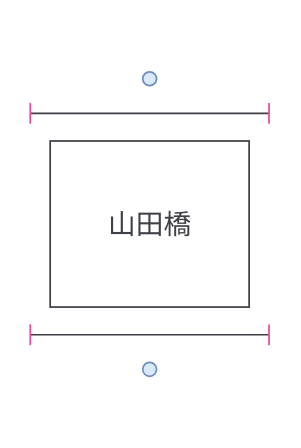
Before: SourceAssets/Track/Network/NakatetsuTrafficControl/CircuitDiagram/drawio/NT06.drawio in neko3141592/Nakatetsu, a draw.io diagram. Source tidied: cells renumbered, new cells numbered last; positions are measured from the earlier drawing's top-left corner, leaving out a move shared by most shapes. Both pictures are drawn from the tidied source at 173%, with x=0, y=0 at pixel (29, 71).
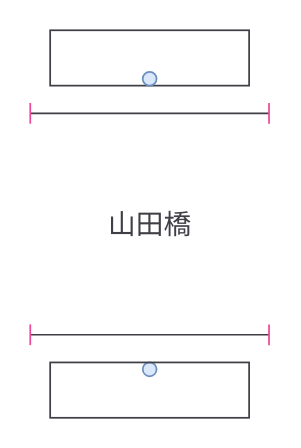
After the change.

Diff of the diagram source:
```diff
@@
 <mxGraphModel>
   <root>
     <mxCell id="0" />
     <mxCell id="1" parent="0" />
     <mxCell id="2" value="山田橋" style="text;html=0;whiteSpace=wrap;strokeColor=none;fillColor=none;align=center;verticalAlign=middle;fontFamily=Arial;fontSize=16;fontColor=#3F3F46;" parent="1" vertex="1">
       <mxGeometry x="11.5" y="72" width="115" height="32" as="geometry" />
     </mxCell>
     <mxCell id="3" style="rounded=0;whiteSpace=wrap;html=1;fillColor=none;strokeWidth=1;fontColor=#333333;strokeColor=#3F3F46;" parent="1" vertex="1">
-      <mxGeometry x="11.5" y="40" width="115" height="96" as="geometry" />
+      <mxGeometry x="11.5" y="-24" width="115" height="32" as="geometry" />
     </mxCell>
     <mxCell id="4" style="endArrow=none;html=1;rounded=0;startSize=10;strokeWidth=1;strokeColor=#3F3F46;" parent="1" edge="1">
       <mxGeometry relative="1" as="geometry">
         <mxPoint y="24" as="sourcePoint" />
         <mxPoint x="138" y="24" as="targetPoint" />
       </mxGeometry>
     </mxCell>
     <mxCell id="5" style="endArrow=none;html=1;rounded=0;startSize=10;strokeWidth=1;strokeColor=#3F3F46;" parent="1" edge="1">
       <mxGeometry relative="1" as="geometry">
         <mxPoint y="152" as="sourcePoint" />
         <mxPoint x="138" y="152" as="targetPoint" />
       </mxGeometry>
     </mxCell>
     <mxCell id="6" style="endArrow=none;startArrow=none;html=0;strokeColor=#EC4899;strokeWidth=1;" parent="1" edge="1">
       <mxGeometry relative="1" as="geometry">
         <mxPoint y="18" as="sourcePoint" />
         <mxPoint y="30" as="targetPoint" />
       </mxGeometry>
     </mxCell>
     <mxCell id="7" style="endArrow=none;startArrow=none;html=0;strokeColor=#EC4899;strokeWidth=1;" parent="1" edge="1">
       <mxGeometry relative="1" as="geometry">
         <mxPoint x="138" y="18" as="sourcePoint" />
         <mxPoint x="138" y="30" as="targetPoint" />
       </mxGeometry>
     </mxCell>
     <mxCell id="8" style="endArrow=none;startArrow=none;html=0;strokeColor=#EC4899;strokeWidth=1;" parent="1" edge="1">
       <mxGeometry relative="1" as="geometry">
         <mxPoint y="146" as="sourcePoint" />
         <mxPoint y="158" as="targetPoint" />
       </mxGeometry>
     </mxCell>
     <mxCell id="9" style="endArrow=none;startArrow=none;html=0;strokeColor=#EC4899;strokeWidth=1;" parent="1" edge="1">
       <mxGeometry relative="1" as="geometry">
         <mxPoint x="138" y="146" as="sourcePoint" />
         <mxPoint x="138" y="158" as="targetPoint" />
       </mxGeometry>
     </mxCell>
     <mxCell id="10" style="ellipse;whiteSpace=wrap;html=1;shapeInside=1;fillColor=#dae8fc;strokeColor=#6c8ebf;" parent="1" vertex="1">
       <mxGeometry x="65" width="8" height="8" as="geometry" />
     </mxCell>
     <mxCell id="11" style="ellipse;whiteSpace=wrap;html=1;shapeInside=1;fillColor=#dae8fc;strokeColor=#6c8ebf;" parent="1" vertex="1">
       <mxGeometry x="65" y="168" width="8" height="8" as="geometry" />
     </mxCell>
+    <mxCell id="12" style="rounded=0;whiteSpace=wrap;html=1;fillColor=none;strokeWidth=1;fontColor=#333333;strokeColor=#3F3F46;" parent="1" vertex="1">
+      <mxGeometry x="11.5" y="168" width="115" height="32" as="geometry" />
+    </mxCell>
   </root>
 </mxGraphModel>
```
